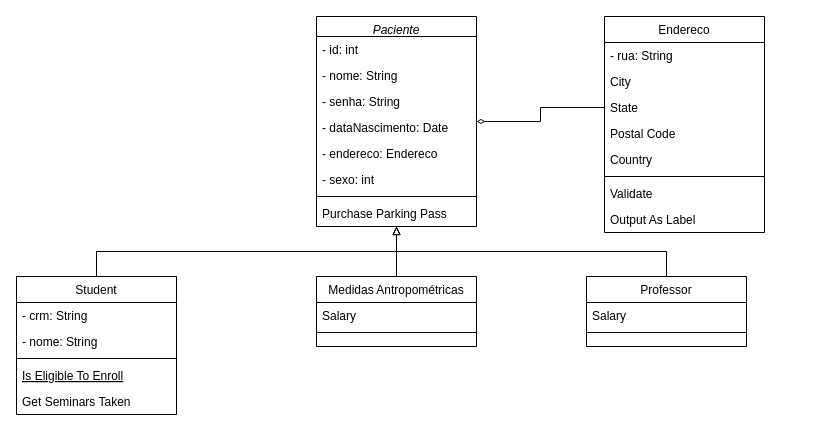
Above: diagrama_de_dominio.drawio in GabrielSilvaRodrigues/delimeter_app (draw.io), before the change. Source tidied: cells renumbered, new cells numbered last; positions are measured from the earlier drawing's top-left corner, leaving out a move shared by most shapes. Both pictures are drawn from the tidied source at 100%, with x=0, y=0 at pixel (16, 16).
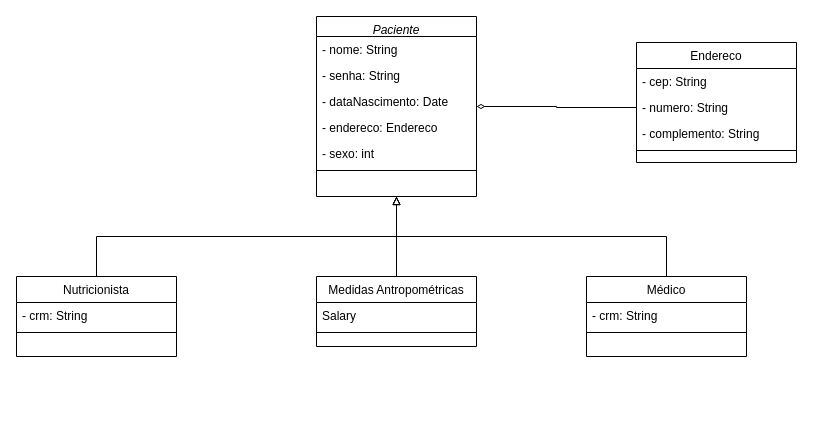
The same page after the edit.

Change to the diagram source:
```diff
@@
     <mxCell id="2" value="Paciente" style="swimlane;fontStyle=2;align=center;verticalAlign=top;horizontal=1;startSize=20;rounded=0;shadow=0;strokeWidth=1;" parent="1" vertex="1">
-      <mxGeometry x="300" width="160" height="210" as="geometry" />
+      <mxGeometry x="300" width="160" height="180" as="geometry" />
     </mxCell>
-    <mxCell id="3" value="- id: int" style="text;align=left;verticalAlign=top;spacingLeft=4;spacingRight=4;overflow=hidden;" parent="2" vertex="1">
-      <mxGeometry y="20" width="160" height="26" as="geometry" />
-    </mxCell>
     <mxCell id="4" value="- nome: String" style="text;align=left;verticalAlign=top;spacingLeft=4;spacingRight=4;overflow=hidden;rounded=0;shadow=0;html=0;" parent="2" vertex="1">
-      <mxGeometry y="46" width="160" height="26" as="geometry" />
+      <mxGeometry y="20" width="160" height="26" as="geometry" />
     </mxCell>
     <mxCell id="5" value="- senha: String" style="text;align=left;verticalAlign=top;spacingLeft=4;spacingRight=4;overflow=hidden;rounded=0;shadow=0;html=0;" parent="2" vertex="1">
-      <mxGeometry y="72" width="160" height="26" as="geometry" />
+      <mxGeometry y="46" width="160" height="26" as="geometry" />
     </mxCell>
     <mxCell id="6" value="- dataNascimento: Date" style="text;align=left;verticalAlign=top;spacingLeft=4;spacingRight=4;overflow=hidden;rounded=0;shadow=0;html=0;" parent="2" vertex="1">
-      <mxGeometry y="98" width="160" height="26" as="geometry" />
+      <mxGeometry y="72" width="160" height="26" as="geometry" />
     </mxCell>
     <mxCell id="7" value="- endereco: Endereco" style="text;align=left;verticalAlign=top;spacingLeft=4;spacingRight=4;overflow=hidden;rounded=0;shadow=0;html=0;" parent="2" vertex="1">
-      <mxGeometry y="124" width="160" height="26" as="geometry" />
+      <mxGeometry y="98" width="160" height="26" as="geometry" />
     </mxCell>
     <mxCell id="8" value="- sexo: int" style="text;align=left;verticalAlign=top;spacingLeft=4;spacingRight=4;overflow=hidden;rounded=0;shadow=0;html=0;" parent="2" vertex="1">
-      <mxGeometry y="150" width="160" height="26" as="geometry" />
+      <mxGeometry y="124" width="160" height="26" as="geometry" />
     </mxCell>
     <mxCell id="9" style="line;html=1;strokeWidth=1;align=left;verticalAlign=middle;spacingTop=-1;spacingLeft=3;spacingRight=3;labelPosition=right;" parent="2" vertex="1">
-      <mxGeometry y="176" width="160" height="8" as="geometry" />
+      <mxGeometry y="150" width="160" height="8" as="geometry" />
     </mxCell>
-    <mxCell id="10" value="Purchase Parking Pass" style="text;align=left;verticalAlign=top;spacingLeft=4;spacingRight=4;overflow=hidden;" parent="2" vertex="1">
-      <mxGeometry y="184" width="160" height="26" as="geometry" />
-    </mxCell>
@@
-    <mxCell id="12" value="Student" style="swimlane;fontStyle=0;align=center;verticalAlign=top;horizontal=1;startSize=26;rounded=0;shadow=0;strokeWidth=1;" parent="1" vertex="1">
-      <mxGeometry y="260" width="160" height="138" as="geometry" />
+    <mxCell id="12" value="Nutricionista" style="swimlane;fontStyle=0;align=center;verticalAlign=top;horizontal=1;startSize=26;rounded=0;shadow=0;strokeWidth=1;" parent="1" vertex="1">
+      <mxGeometry y="260" width="160" height="80" as="geometry" />
     </mxCell>
@@
-    <mxCell id="14" value="- nome: String" style="text;align=left;verticalAlign=top;spacingLeft=4;spacingRight=4;overflow=hidden;rounded=0;shadow=0;html=0;" parent="12" vertex="1">
-      <mxGeometry y="52" width="160" height="26" as="geometry" />
-    </mxCell>
     <mxCell id="15" style="line;html=1;strokeWidth=1;align=left;verticalAlign=middle;spacingTop=-1;spacingLeft=3;spacingRight=3;labelPosition=right;" parent="12" vertex="1">
-      <mxGeometry y="78" width="160" height="8" as="geometry" />
+      <mxGeometry y="52" width="160" height="8" as="geometry" />
     </mxCell>
-    <mxCell id="16" value="Is Eligible To Enroll" style="text;align=left;verticalAlign=top;spacingLeft=4;spacingRight=4;overflow=hidden;fontStyle=4;" parent="12" vertex="1">
-      <mxGeometry y="86" width="160" height="26" as="geometry" />
-    </mxCell>
-    <mxCell id="17" value="Get Seminars Taken" style="text;align=left;verticalAlign=top;spacingLeft=4;spacingRight=4;overflow=hidden;" parent="12" vertex="1">
-      <mxGeometry y="112" width="160" height="26" as="geometry" />
-    </mxCell>
@@
-    <mxCell id="19" value="Professor" style="swimlane;fontStyle=0;align=center;verticalAlign=top;horizontal=1;startSize=26;rounded=0;shadow=0;strokeWidth=1;" parent="1" vertex="1">
-      <mxGeometry x="570" y="260" width="160" height="70" as="geometry" />
+    <mxCell id="19" value="Médico" style="swimlane;fontStyle=0;align=center;verticalAlign=top;horizontal=1;startSize=26;rounded=0;shadow=0;strokeWidth=1;" parent="1" vertex="1">
+      <mxGeometry x="570" y="260" width="160" height="80" as="geometry" />
     </mxCell>
-    <mxCell id="20" value="Salary" style="text;align=left;verticalAlign=top;spacingLeft=4;spacingRight=4;overflow=hidden;" parent="19" vertex="1">
+    <mxCell id="20" value="- crm: String" style="text;align=left;verticalAlign=top;spacingLeft=4;spacingRight=4;overflow=hidden;" parent="19" vertex="1">
       <mxGeometry y="26" width="160" height="26" as="geometry" />
     </mxCell>
@@
     <mxCell id="22" value="Endereco" style="swimlane;fontStyle=0;align=center;verticalAlign=top;horizontal=1;startSize=26;rounded=0;shadow=0;strokeWidth=1;" parent="1" vertex="1">
-      <mxGeometry x="588" width="160" height="216" as="geometry" />
+      <mxGeometry x="620" y="26" width="160" height="120" as="geometry" />
     </mxCell>
-    <mxCell id="23" value="- rua: String" style="text;align=left;verticalAlign=top;spacingLeft=4;spacingRight=4;overflow=hidden;" parent="22" vertex="1">
+    <mxCell id="23" value="- cep: String" style="text;align=left;verticalAlign=top;spacingLeft=4;spacingRight=4;overflow=hidden;" parent="22" vertex="1">
       <mxGeometry y="26" width="160" height="26" as="geometry" />
     </mxCell>
-    <mxCell id="24" value="City" style="text;align=left;verticalAlign=top;spacingLeft=4;spacingRight=4;overflow=hidden;points=[[0,0.5],[1,0.5]];portConstraint=eastwest;rounded=0;shadow=0;html=0;" parent="22" vertex="1">
+    <mxCell id="24" value="- numero: String" style="text;align=left;verticalAlign=top;spacingLeft=4;spacingRight=4;overflow=hidden;points=[[0,0.5],[1,0.5]];portConstraint=eastwest;rounded=0;shadow=0;html=0;" parent="22" vertex="1">
       <mxGeometry y="52" width="160" height="26" as="geometry" />
     </mxCell>
-    <mxCell id="25" value="State" style="text;align=left;verticalAlign=top;spacingLeft=4;spacingRight=4;overflow=hidden;points=[[0,0.5],[1,0.5]];portConstraint=eastwest;rounded=0;shadow=0;html=0;" parent="22" vertex="1">
-      <mxGeometry y="78" width="160" height="26" as="geometry" />
-    </mxCell>
-    <mxCell id="26" value="Postal Code" style="text;align=left;verticalAlign=top;spacingLeft=4;spacingRight=4;overflow=hidden;rounded=0;shadow=0;html=0;" parent="22" vertex="1">
-      <mxGeometry y="104" width="160" height="26" as="geometry" />
-    </mxCell>
-    <mxCell id="27" value="Country" style="text;align=left;verticalAlign=top;spacingLeft=4;spacingRight=4;overflow=hidden;rounded=0;shadow=0;html=0;" parent="22" vertex="1">
-      <mxGeometry y="130" width="160" height="26" as="geometry" />
+    <mxCell id="27" value="- complemento: String" style="text;align=left;verticalAlign=top;spacingLeft=4;spacingRight=4;overflow=hidden;rounded=0;shadow=0;html=0;" parent="22" vertex="1">
+      <mxGeometry y="78" width="160" height="26" as="geometry" />
     </mxCell>
     <mxCell id="28" style="line;html=1;strokeWidth=1;align=left;verticalAlign=middle;spacingTop=-1;spacingLeft=3;spacingRight=3;labelPosition=right;" parent="22" vertex="1">
-      <mxGeometry y="156" width="160" height="8" as="geometry" />
+      <mxGeometry y="104" width="160" height="8" as="geometry" />
     </mxCell>
-    <mxCell id="29" value="Validate" style="text;align=left;verticalAlign=top;spacingLeft=4;spacingRight=4;overflow=hidden;" parent="22" vertex="1">
-      <mxGeometry y="164" width="160" height="26" as="geometry" />
-    </mxCell>
-    <mxCell id="30" value="Output As Label" style="text;align=left;verticalAlign=top;spacingLeft=4;spacingRight=4;overflow=hidden;" parent="22" vertex="1">
-      <mxGeometry y="190" width="160" height="26" as="geometry" />
-    </mxCell>
@@
-    <mxCell id="35" style="edgeStyle=orthogonalEdgeStyle;rounded=0;jettySize=auto;html=1;entryX=1;entryY=0.5;entryDx=0;entryDy=0;endArrow=diamondThin;endFill=0;" parent="1" edge="1" source="25" target="2">
+    <mxCell id="35" style="edgeStyle=orthogonalEdgeStyle;rounded=0;jettySize=auto;html=1;entryX=1;entryY=0.5;entryDx=0;entryDy=0;endArrow=diamondThin;endFill=0;exitX=0;exitY=0.5;exitDx=0;exitDy=0;" parent="1" edge="1" source="24" target="2">
       <mxGeometry relative="1" as="geometry" />
     </mxCell>
```
